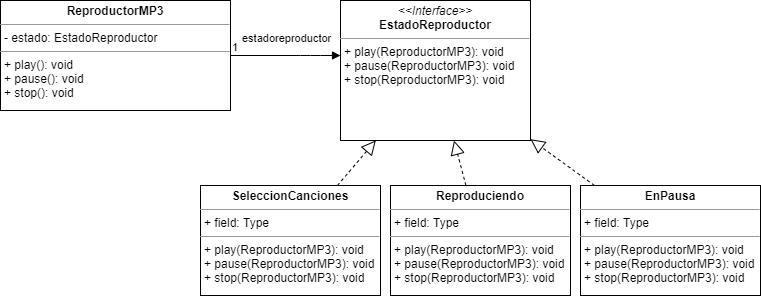
This is src/tpStateStrategy/reproductorMP3/ReproductorMP3.png from CundariNicolas/unqui-poo2-cundari, a draw.io export, as it was before one commit. Source tidied: cells renumbered, new cells last; positions are measured from the earlier drawing's top-left corner, leaving out a move shared by most shapes. Source of this version:
```xml
<mxGraphModel>
  <root>
    <mxCell id="0" />
    <mxCell id="1" parent="0" />
    <mxCell id="2" value="&lt;p style=&quot;margin: 0px ; margin-top: 4px ; text-align: center&quot;&gt;&lt;b&gt;ReproductorMP3&lt;/b&gt;&lt;/p&gt;&lt;hr size=&quot;1&quot;&gt;&lt;p style=&quot;margin: 0px ; margin-left: 4px&quot;&gt;- estado: EstadoReproductor&lt;/p&gt;&lt;hr size=&quot;1&quot;&gt;&lt;p style=&quot;margin: 0px ; margin-left: 4px&quot;&gt;+ play(): void&lt;/p&gt;&lt;p style=&quot;margin: 0px ; margin-left: 4px&quot;&gt;+ pause(): void&lt;/p&gt;&lt;p style=&quot;margin: 0px ; margin-left: 4px&quot;&gt;+ stop(): void&lt;/p&gt;" style="verticalAlign=top;align=left;overflow=fill;fontSize=12;fontFamily=Helvetica;html=1;" parent="1" vertex="1">
      <mxGeometry width="230" height="110" as="geometry" />
    </mxCell>
    <mxCell id="3" value="&lt;p style=&quot;margin: 0px ; margin-top: 4px ; text-align: center&quot;&gt;&lt;b&gt;SeleccionCanciones&lt;/b&gt;&lt;/p&gt;&lt;hr size=&quot;1&quot;&gt;&lt;p style=&quot;margin: 0px ; margin-left: 4px&quot;&gt;+ field: Type&lt;/p&gt;&lt;hr size=&quot;1&quot;&gt;&lt;p style=&quot;margin: 0px 0px 0px 4px&quot;&gt;+ play(ReproductorMP3): void&lt;/p&gt;&lt;p style=&quot;margin: 0px 0px 0px 4px&quot;&gt;+ pause(ReproductorMP3): void&lt;/p&gt;&lt;p style=&quot;margin: 0px 0px 0px 4px&quot;&gt;+ stop(ReproductorMP3): void&lt;/p&gt;" style="verticalAlign=top;align=left;overflow=fill;fontSize=12;fontFamily=Helvetica;html=1;" parent="1" vertex="1">
      <mxGeometry x="200" y="185" width="180" height="110" as="geometry" />
    </mxCell>
    <mxCell id="4" value="&lt;p style=&quot;margin: 0px ; margin-top: 4px ; text-align: center&quot;&gt;&lt;i&gt;&amp;lt;&amp;lt;Interface&amp;gt;&amp;gt;&lt;/i&gt;&lt;br&gt;&lt;b&gt;EstadoReproductor&lt;/b&gt;&lt;/p&gt;&lt;hr size=&quot;1&quot;&gt;&lt;p style=&quot;margin: 0px 0px 0px 4px&quot;&gt;+ play(ReproductorMP3): void&lt;/p&gt;&lt;p style=&quot;margin: 0px 0px 0px 4px&quot;&gt;+ pause(ReproductorMP3): void&lt;/p&gt;&lt;p style=&quot;margin: 0px 0px 0px 4px&quot;&gt;+ stop(ReproductorMP3): void&lt;/p&gt;" style="verticalAlign=top;align=left;overflow=fill;fontSize=12;fontFamily=Helvetica;html=1;" parent="1" vertex="1">
      <mxGeometry x="340" width="190" height="140" as="geometry" />
    </mxCell>
    <mxCell id="5" value="&lt;p style=&quot;margin: 0px ; margin-top: 4px ; text-align: center&quot;&gt;&lt;b&gt;Reproduciendo&lt;/b&gt;&lt;/p&gt;&lt;hr size=&quot;1&quot;&gt;&lt;p style=&quot;margin: 0px ; margin-left: 4px&quot;&gt;+ field: Type&lt;/p&gt;&lt;hr size=&quot;1&quot;&gt;&lt;p style=&quot;margin: 0px 0px 0px 4px&quot;&gt;+ play(ReproductorMP3): void&lt;/p&gt;&lt;p style=&quot;margin: 0px 0px 0px 4px&quot;&gt;+ pause(ReproductorMP3): void&lt;/p&gt;&lt;p style=&quot;margin: 0px 0px 0px 4px&quot;&gt;+ stop(ReproductorMP3): void&lt;/p&gt;" style="verticalAlign=top;align=left;overflow=fill;fontSize=12;fontFamily=Helvetica;html=1;" parent="1" vertex="1">
      <mxGeometry x="390" y="185" width="180" height="110" as="geometry" />
    </mxCell>
    <mxCell id="6" value="&lt;p style=&quot;margin: 0px ; margin-top: 4px ; text-align: center&quot;&gt;&lt;b&gt;EnPausa&lt;/b&gt;&lt;/p&gt;&lt;hr size=&quot;1&quot;&gt;&lt;p style=&quot;margin: 0px ; margin-left: 4px&quot;&gt;+ field: Type&lt;/p&gt;&lt;hr size=&quot;1&quot;&gt;&lt;p style=&quot;margin: 0px 0px 0px 4px&quot;&gt;+ play(ReproductorMP3): void&lt;/p&gt;&lt;p style=&quot;margin: 0px 0px 0px 4px&quot;&gt;+ pause(ReproductorMP3): void&lt;/p&gt;&lt;p style=&quot;margin: 0px 0px 0px 4px&quot;&gt;+ stop(ReproductorMP3): void&lt;/p&gt;" style="verticalAlign=top;align=left;overflow=fill;fontSize=12;fontFamily=Helvetica;html=1;" parent="1" vertex="1">
      <mxGeometry x="580" y="185" width="180" height="110" as="geometry" />
    </mxCell>
    <mxCell id="7" style="endArrow=block;dashed=1;endFill=0;endSize=12;html=1;" parent="1" edge="1" source="3" target="4">
      <mxGeometry relative="1" as="geometry" />
    </mxCell>
    <mxCell id="8" style="endArrow=block;dashed=1;endFill=0;endSize=12;html=1;" parent="1" edge="1" source="5" target="4">
      <mxGeometry relative="1" as="geometry" />
    </mxCell>
    <mxCell id="9" style="endArrow=block;dashed=1;endFill=0;endSize=12;html=1;" parent="1" edge="1" source="6" target="4">
      <mxGeometry relative="1" as="geometry" />
    </mxCell>
    <mxCell id="10" value="estadoreproductor" style="endArrow=block;endFill=1;html=1;edgeStyle=orthogonalEdgeStyle;align=left;verticalAlign=top;" parent="1" edge="1" source="2" target="4">
      <mxGeometry x="-0.82" y="30" relative="1" as="geometry">
        <Array as="points">
          <mxPoint x="310" y="55" />
          <mxPoint x="310" y="55" />
        </Array>
      </mxGeometry>
    </mxCell>
    <mxCell id="11" value="1" style="edgeLabel;html=1;align=left;verticalAlign=bottom;" parent="10" vertex="1">
      <mxGeometry x="-1" relative="1" as="geometry" />
    </mxCell>
  </root>
</mxGraphModel>
```
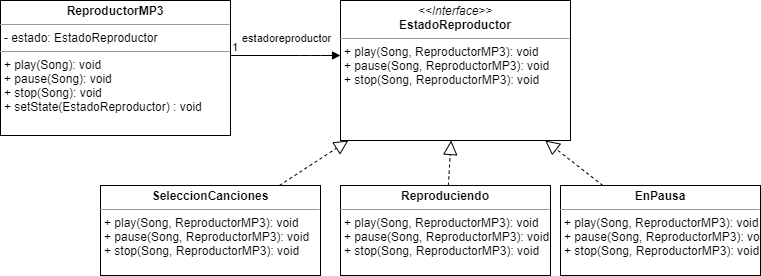
The same file after the commit.

Diff of the diagram source:
```diff
@@ -2,20 +2,20 @@
   <root>
     <mxCell id="0" />
     <mxCell id="1" parent="0" />
-    <mxCell id="2" value="&lt;p style=&quot;margin: 0px ; margin-top: 4px ; text-align: center&quot;&gt;&lt;b&gt;ReproductorMP3&lt;/b&gt;&lt;/p&gt;&lt;hr size=&quot;1&quot;&gt;&lt;p style=&quot;margin: 0px ; margin-left: 4px&quot;&gt;- estado: EstadoReproductor&lt;/p&gt;&lt;hr size=&quot;1&quot;&gt;&lt;p style=&quot;margin: 0px ; margin-left: 4px&quot;&gt;+ play(): void&lt;/p&gt;&lt;p style=&quot;margin: 0px ; margin-left: 4px&quot;&gt;+ pause(): void&lt;/p&gt;&lt;p style=&quot;margin: 0px ; margin-left: 4px&quot;&gt;+ stop(): void&lt;/p&gt;" style="verticalAlign=top;align=left;overflow=fill;fontSize=12;fontFamily=Helvetica;html=1;" parent="1" vertex="1">
-      <mxGeometry width="230" height="110" as="geometry" />
+    <mxCell id="2" value="&lt;p style=&quot;margin: 0px ; margin-top: 4px ; text-align: center&quot;&gt;&lt;b&gt;ReproductorMP3&lt;/b&gt;&lt;/p&gt;&lt;hr size=&quot;1&quot;&gt;&lt;p style=&quot;margin: 0px ; margin-left: 4px&quot;&gt;- estado: EstadoReproductor&lt;/p&gt;&lt;hr size=&quot;1&quot;&gt;&lt;p style=&quot;margin: 0px ; margin-left: 4px&quot;&gt;+ play(Song): void&lt;/p&gt;&lt;p style=&quot;margin: 0px ; margin-left: 4px&quot;&gt;+ pause(Song): void&lt;/p&gt;&lt;p style=&quot;margin: 0px ; margin-left: 4px&quot;&gt;+ stop(Song): void&lt;/p&gt;&lt;p style=&quot;margin: 0px ; margin-left: 4px&quot;&gt;+ setState(EstadoReproductor) : void&lt;/p&gt;" style="verticalAlign=top;align=left;overflow=fill;fontSize=12;fontFamily=Helvetica;html=1;" parent="1" vertex="1">
+      <mxGeometry width="230" height="135" as="geometry" />
     </mxCell>
-    <mxCell id="3" value="&lt;p style=&quot;margin: 0px ; margin-top: 4px ; text-align: center&quot;&gt;&lt;b&gt;SeleccionCanciones&lt;/b&gt;&lt;/p&gt;&lt;hr size=&quot;1&quot;&gt;&lt;p style=&quot;margin: 0px ; margin-left: 4px&quot;&gt;+ field: Type&lt;/p&gt;&lt;hr size=&quot;1&quot;&gt;&lt;p style=&quot;margin: 0px 0px 0px 4px&quot;&gt;+ play(ReproductorMP3): void&lt;/p&gt;&lt;p style=&quot;margin: 0px 0px 0px 4px&quot;&gt;+ pause(ReproductorMP3): void&lt;/p&gt;&lt;p style=&quot;margin: 0px 0px 0px 4px&quot;&gt;+ stop(ReproductorMP3): void&lt;/p&gt;" style="verticalAlign=top;align=left;overflow=fill;fontSize=12;fontFamily=Helvetica;html=1;" parent="1" vertex="1">
-      <mxGeometry x="200" y="185" width="180" height="110" as="geometry" />
+    <mxCell id="3" value="&lt;p style=&quot;margin: 0px ; margin-top: 4px ; text-align: center&quot;&gt;&lt;b&gt;SeleccionCanciones&lt;/b&gt;&lt;/p&gt;&lt;hr size=&quot;1&quot;&gt;&lt;p style=&quot;margin: 0px ; margin-left: 4px&quot;&gt;&lt;/p&gt;&lt;p style=&quot;margin: 0px 0px 0px 4px&quot;&gt;+ play(Song, ReproductorMP3): void&lt;/p&gt;&lt;p style=&quot;margin: 0px 0px 0px 4px&quot;&gt;+ pause(Song, ReproductorMP3): void&lt;/p&gt;&lt;p style=&quot;margin: 0px 0px 0px 4px&quot;&gt;+ stop(Song, ReproductorMP3): void&lt;/p&gt;" style="verticalAlign=top;align=left;overflow=fill;fontSize=12;fontFamily=Helvetica;html=1;" parent="1" vertex="1">
+      <mxGeometry x="100" y="185" width="220" height="90" as="geometry" />
     </mxCell>
-    <mxCell id="4" value="&lt;p style=&quot;margin: 0px ; margin-top: 4px ; text-align: center&quot;&gt;&lt;i&gt;&amp;lt;&amp;lt;Interface&amp;gt;&amp;gt;&lt;/i&gt;&lt;br&gt;&lt;b&gt;EstadoReproductor&lt;/b&gt;&lt;/p&gt;&lt;hr size=&quot;1&quot;&gt;&lt;p style=&quot;margin: 0px 0px 0px 4px&quot;&gt;+ play(ReproductorMP3): void&lt;/p&gt;&lt;p style=&quot;margin: 0px 0px 0px 4px&quot;&gt;+ pause(ReproductorMP3): void&lt;/p&gt;&lt;p style=&quot;margin: 0px 0px 0px 4px&quot;&gt;+ stop(ReproductorMP3): void&lt;/p&gt;" style="verticalAlign=top;align=left;overflow=fill;fontSize=12;fontFamily=Helvetica;html=1;" parent="1" vertex="1">
-      <mxGeometry x="340" width="190" height="140" as="geometry" />
+    <mxCell id="4" value="&lt;p style=&quot;margin: 0px ; margin-top: 4px ; text-align: center&quot;&gt;&lt;i&gt;&amp;lt;&amp;lt;Interface&amp;gt;&amp;gt;&lt;/i&gt;&lt;br&gt;&lt;b&gt;EstadoReproductor&lt;/b&gt;&lt;/p&gt;&lt;hr size=&quot;1&quot;&gt;&lt;p style=&quot;margin: 0px 0px 0px 4px&quot;&gt;+ play(Song, ReproductorMP3): void&lt;/p&gt;&lt;p style=&quot;margin: 0px 0px 0px 4px&quot;&gt;+ pause(Song, ReproductorMP3): void&lt;/p&gt;&lt;p style=&quot;margin: 0px 0px 0px 4px&quot;&gt;+ stop(Song, ReproductorMP3): void&lt;/p&gt;" style="verticalAlign=top;align=left;overflow=fill;fontSize=12;fontFamily=Helvetica;html=1;" parent="1" vertex="1">
+      <mxGeometry x="340" width="230" height="140" as="geometry" />
     </mxCell>
-    <mxCell id="5" value="&lt;p style=&quot;margin: 0px ; margin-top: 4px ; text-align: center&quot;&gt;&lt;b&gt;Reproduciendo&lt;/b&gt;&lt;/p&gt;&lt;hr size=&quot;1&quot;&gt;&lt;p style=&quot;margin: 0px ; margin-left: 4px&quot;&gt;+ field: Type&lt;/p&gt;&lt;hr size=&quot;1&quot;&gt;&lt;p style=&quot;margin: 0px 0px 0px 4px&quot;&gt;+ play(ReproductorMP3): void&lt;/p&gt;&lt;p style=&quot;margin: 0px 0px 0px 4px&quot;&gt;+ pause(ReproductorMP3): void&lt;/p&gt;&lt;p style=&quot;margin: 0px 0px 0px 4px&quot;&gt;+ stop(ReproductorMP3): void&lt;/p&gt;" style="verticalAlign=top;align=left;overflow=fill;fontSize=12;fontFamily=Helvetica;html=1;" parent="1" vertex="1">
-      <mxGeometry x="390" y="185" width="180" height="110" as="geometry" />
+    <mxCell id="5" value="&lt;p style=&quot;margin: 0px ; margin-top: 4px ; text-align: center&quot;&gt;&lt;b&gt;Reproduciendo&lt;/b&gt;&lt;/p&gt;&lt;hr size=&quot;1&quot;&gt;&lt;p style=&quot;margin: 0px ; margin-left: 4px&quot;&gt;&lt;/p&gt;&lt;p style=&quot;margin: 0px 0px 0px 4px&quot;&gt;+ play(Song, ReproductorMP3): void&lt;/p&gt;&lt;p style=&quot;margin: 0px 0px 0px 4px&quot;&gt;+ pause(Song, ReproductorMP3): void&lt;/p&gt;&lt;p style=&quot;margin: 0px 0px 0px 4px&quot;&gt;+ stop(Song, ReproductorMP3): void&lt;/p&gt;" style="verticalAlign=top;align=left;overflow=fill;fontSize=12;fontFamily=Helvetica;html=1;" parent="1" vertex="1">
+      <mxGeometry x="340" y="185" width="210" height="90" as="geometry" />
     </mxCell>
-    <mxCell id="6" value="&lt;p style=&quot;margin: 0px ; margin-top: 4px ; text-align: center&quot;&gt;&lt;b&gt;EnPausa&lt;/b&gt;&lt;/p&gt;&lt;hr size=&quot;1&quot;&gt;&lt;p style=&quot;margin: 0px ; margin-left: 4px&quot;&gt;+ field: Type&lt;/p&gt;&lt;hr size=&quot;1&quot;&gt;&lt;p style=&quot;margin: 0px 0px 0px 4px&quot;&gt;+ play(ReproductorMP3): void&lt;/p&gt;&lt;p style=&quot;margin: 0px 0px 0px 4px&quot;&gt;+ pause(ReproductorMP3): void&lt;/p&gt;&lt;p style=&quot;margin: 0px 0px 0px 4px&quot;&gt;+ stop(ReproductorMP3): void&lt;/p&gt;" style="verticalAlign=top;align=left;overflow=fill;fontSize=12;fontFamily=Helvetica;html=1;" parent="1" vertex="1">
-      <mxGeometry x="580" y="185" width="180" height="110" as="geometry" />
+    <mxCell id="6" value="&lt;p style=&quot;margin: 0px ; margin-top: 4px ; text-align: center&quot;&gt;&lt;b&gt;EnPausa&lt;/b&gt;&lt;/p&gt;&lt;hr size=&quot;1&quot;&gt;&lt;p style=&quot;margin: 0px ; margin-left: 4px&quot;&gt;&lt;/p&gt;&lt;p style=&quot;margin: 0px 0px 0px 4px&quot;&gt;+ play(Song, ReproductorMP3): void&lt;/p&gt;&lt;p style=&quot;margin: 0px 0px 0px 4px&quot;&gt;+ pause(Song, ReproductorMP3): void&lt;/p&gt;&lt;p style=&quot;margin: 0px 0px 0px 4px&quot;&gt;+ stop(Song, ReproductorMP3): void&lt;/p&gt;" style="verticalAlign=top;align=left;overflow=fill;fontSize=12;fontFamily=Helvetica;html=1;" parent="1" vertex="1">
+      <mxGeometry x="560" y="185" width="200" height="90" as="geometry" />
     </mxCell>
     <mxCell id="7" style="endArrow=block;dashed=1;endFill=0;endSize=12;html=1;" parent="1" edge="1" source="3" target="4">
       <mxGeometry relative="1" as="geometry" />
```
